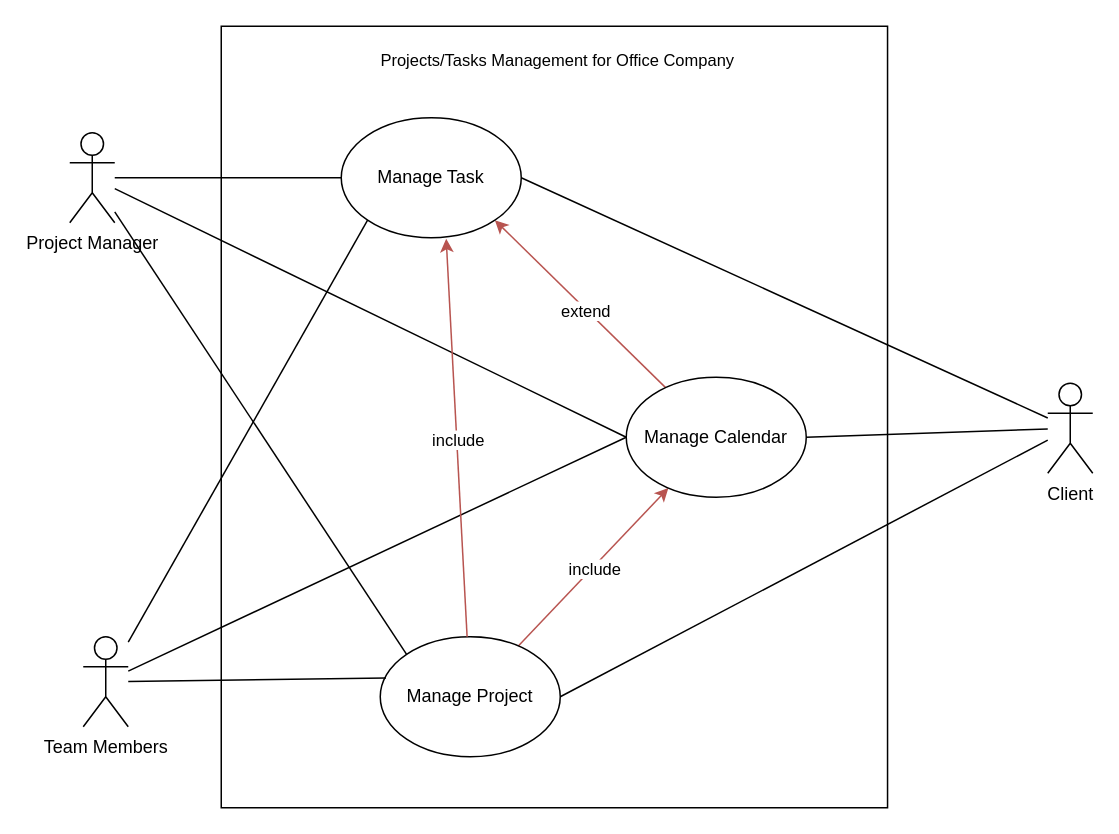
This is page "UseCase" (3 of 3) of .docs/modules/tasks/Project.drawio from AzazelXXI/unitydesk, a draw.io file, before an edit. Source tidied: cells renumbered, new cells numbered last; positions are measured from the earlier drawing's top-left corner, leaving out a move shared by most shapes. Both pictures are drawn from the tidied source at 150%, with x=0, y=0 at pixel (69, 26).
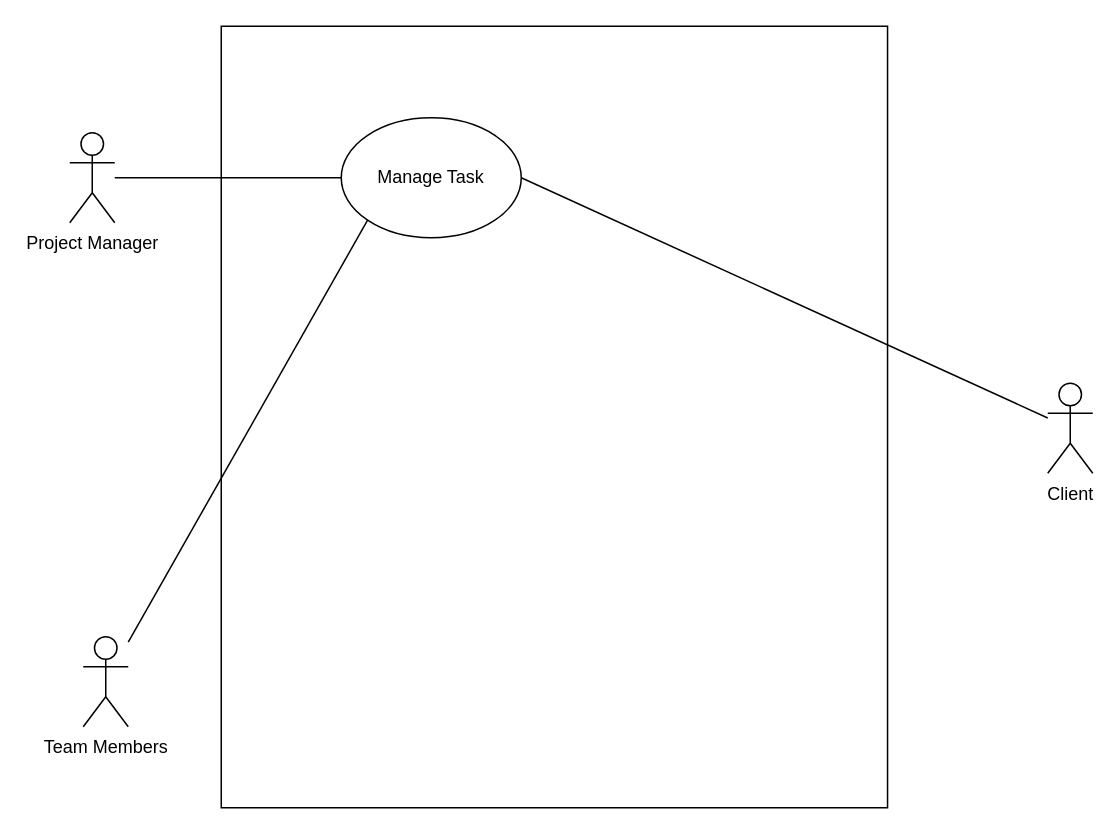
Above is the later version.

The change refers to these unchanged cells:
```xml
<mxCell id="5" value="Manage Task" style="ellipse;whiteSpace=wrap;html=1;" parent="1" vertex="1">
  <mxGeometry x="181" y="61" width="120" height="80" as="geometry" />
</mxCell>
<mxCell id="9" value="Project Manager" style="shape=umlActor;verticalLabelPosition=bottom;verticalAlign=top;html=1;" parent="1" vertex="1">
  <mxGeometry y="71" width="30" height="60" as="geometry" />
</mxCell>
<mxCell id="12" value="Team Members" style="shape=umlActor;verticalLabelPosition=bottom;verticalAlign=top;html=1;" parent="1" vertex="1">
  <mxGeometry x="9" y="407" width="30" height="60" as="geometry" />
</mxCell>
<mxCell id="16" value="Client" style="shape=umlActor;verticalLabelPosition=bottom;verticalAlign=top;html=1;" parent="1" vertex="1">
  <mxGeometry x="652" y="238" width="30" height="60" as="geometry" />
</mxCell>
```

The edit, as a diff of the source:
```diff
@@
-    <mxCell id="3" style="edgeStyle=none;shape=connector;rounded=0;jettySize=auto;html=1;exitX=1;exitY=1;exitDx=0;exitDy=0;strokeColor=#b85450;align=center;verticalAlign=middle;fontFamily=Helvetica;fontSize=11;fontColor=default;labelBackgroundColor=default;startFill=1;endArrow=none;endFill=1;startArrow=classic;fillColor=#f8cecc;" parent="1" edge="1" source="5" target="19">
+    <mxCell id="3" style="edgeStyle=none;shape=connector;rounded=0;jettySize=auto;html=1;exitX=1;exitY=1;exitDx=0;exitDy=0;strokeColor=#b85450;align=center;verticalAlign=middle;fontFamily=Helvetica;fontSize=11;fontColor=default;labelBackgroundColor=default;startFill=1;endArrow=none;endFill=1;startArrow=classic;fillColor=#f8cecc;" parent="1" edge="1" source="5">
       <mxGeometry relative="1" as="geometry" />
     </mxCell>
@@
-    <mxCell id="6" style="rounded=0;jettySize=auto;html=1;entryX=0;entryY=0;entryDx=0;entryDy=0;endArrow=none;startFill=0;" parent="1" edge="1" source="9" target="20">
+    <mxCell id="6" style="rounded=0;jettySize=auto;html=1;entryX=0;entryY=0;entryDx=0;entryDy=0;endArrow=none;startFill=0;" parent="1" edge="1" source="9">
       <mxGeometry relative="1" as="geometry" />
     </mxCell>
@@
-    <mxCell id="8" style="edgeStyle=none;shape=connector;rounded=0;jettySize=auto;html=1;entryX=0;entryY=0.5;entryDx=0;entryDy=0;strokeColor=default;align=center;verticalAlign=middle;fontFamily=Helvetica;fontSize=11;fontColor=default;labelBackgroundColor=default;endArrow=none;startFill=0;" parent="1" edge="1" source="9" target="19">
+    <mxCell id="8" style="edgeStyle=none;shape=connector;rounded=0;jettySize=auto;html=1;entryX=0;entryY=0.5;entryDx=0;entryDy=0;strokeColor=default;align=center;verticalAlign=middle;fontFamily=Helvetica;fontSize=11;fontColor=default;labelBackgroundColor=default;endArrow=none;startFill=0;" parent="1" edge="1" source="9">
       <mxGeometry relative="1" as="geometry" />
     </mxCell>
@@
-    <mxCell id="11" style="edgeStyle=none;shape=connector;rounded=0;jettySize=auto;html=1;entryX=0;entryY=0.5;entryDx=0;entryDy=0;strokeColor=default;align=center;verticalAlign=middle;fontFamily=Helvetica;fontSize=11;fontColor=default;labelBackgroundColor=default;startFill=0;endArrow=none;" parent="1" edge="1" source="12" target="19">
+    <mxCell id="11" style="edgeStyle=none;shape=connector;rounded=0;jettySize=auto;html=1;entryX=0;entryY=0.5;entryDx=0;entryDy=0;strokeColor=default;align=center;verticalAlign=middle;fontFamily=Helvetica;fontSize=11;fontColor=default;labelBackgroundColor=default;startFill=0;endArrow=none;" parent="1" edge="1" source="12">
       <mxGeometry relative="1" as="geometry" />
     </mxCell>
@@
-    <mxCell id="14" style="edgeStyle=none;shape=connector;rounded=0;jettySize=auto;html=1;entryX=1;entryY=0.5;entryDx=0;entryDy=0;strokeColor=default;align=center;verticalAlign=middle;fontFamily=Helvetica;fontSize=11;fontColor=default;labelBackgroundColor=default;startFill=0;endArrow=none;" parent="1" edge="1" source="16" target="20">
+    <mxCell id="14" style="edgeStyle=none;shape=connector;rounded=0;jettySize=auto;html=1;entryX=1;entryY=0.5;entryDx=0;entryDy=0;strokeColor=default;align=center;verticalAlign=middle;fontFamily=Helvetica;fontSize=11;fontColor=default;labelBackgroundColor=default;startFill=0;endArrow=none;" parent="1" edge="1" source="16">
       <mxGeometry relative="1" as="geometry" />
     </mxCell>
-    <mxCell id="15" style="edgeStyle=none;shape=connector;rounded=0;jettySize=auto;html=1;entryX=1;entryY=0.5;entryDx=0;entryDy=0;strokeColor=default;align=center;verticalAlign=middle;fontFamily=Helvetica;fontSize=11;fontColor=default;labelBackgroundColor=default;startFill=0;endArrow=none;" parent="1" edge="1" source="16" target="19">
+    <mxCell id="15" style="edgeStyle=none;shape=connector;rounded=0;jettySize=auto;html=1;entryX=1;entryY=0.5;entryDx=0;entryDy=0;strokeColor=default;align=center;verticalAlign=middle;fontFamily=Helvetica;fontSize=11;fontColor=default;labelBackgroundColor=default;startFill=0;endArrow=none;" parent="1" edge="1" source="16">
       <mxGeometry relative="1" as="geometry" />
     </mxCell>
@@
-    <mxCell id="17" style="edgeStyle=none;shape=connector;rounded=0;jettySize=auto;html=1;strokeColor=#b85450;align=center;verticalAlign=middle;fontFamily=Helvetica;fontSize=11;fontColor=default;labelBackgroundColor=default;startFill=1;endArrow=none;endFill=1;fillColor=#f8cecc;startArrow=classic;" parent="1" edge="1" source="19" target="20">
+    <mxCell id="17" style="edgeStyle=none;shape=connector;rounded=0;orthogonalLoop=1;jettySize=auto;html=1;strokeColor=#b85450;align=center;verticalAlign=middle;fontFamily=Helvetica;fontSize=11;fontColor=default;labelBackgroundColor=default;startFill=1;endArrow=none;endFill=1;fillColor=#f8cecc;startArrow=classic;" parent="1" edge="1">
       <mxGeometry relative="1" as="geometry" />
     </mxCell>
     <mxCell id="18" value="include" style="edgeLabel;html=1;align=center;verticalAlign=middle;fontFamily=Helvetica;fontSize=11;fontColor=default;labelBackgroundColor=default;" parent="17" vertex="1">
-      <mxGeometry y="1" relative="1" as="geometry" />
+      <mxGeometry x="-0.01" y="1" relative="1" as="geometry" />
     </mxCell>
-    <mxCell id="19" value="Manage Calendar" style="ellipse;whiteSpace=wrap;html=1;" parent="1" vertex="1">
-      <mxGeometry x="371" y="234" width="120" height="80" as="geometry" />
-    </mxCell>
-    <mxCell id="20" value="Manage Project" style="ellipse;whiteSpace=wrap;html=1;" parent="1" vertex="1">
-      <mxGeometry x="207" y="407" width="120" height="80" as="geometry" />
-    </mxCell>
-    <mxCell id="21" value="Projects/Tasks Management for Office Company" style="text;html=1;align=center;verticalAlign=middle;whiteSpace=wrap;rounded=0;fontFamily=Helvetica;fontSize=11;fontColor=default;labelBackgroundColor=default;" parent="1" vertex="1">
-      <mxGeometry x="153" y="4" width="344.5" height="38" as="geometry" />
-    </mxCell>
-    <mxCell id="22" style="edgeStyle=none;shape=connector;rounded=0;jettySize=auto;html=1;entryX=0.032;entryY=0.344;entryDx=0;entryDy=0;entryPerimeter=0;strokeColor=default;align=center;verticalAlign=middle;fontFamily=Helvetica;fontSize=11;fontColor=default;labelBackgroundColor=default;startFill=0;endArrow=none;" parent="1" edge="1" source="12" target="20">
-      <mxGeometry relative="1" as="geometry" />
-    </mxCell>
-    <mxCell id="23" style="edgeStyle=none;shape=connector;rounded=0;jettySize=auto;html=1;entryX=0.583;entryY=1.008;entryDx=0;entryDy=0;entryPerimeter=0;strokeColor=#b85450;align=center;verticalAlign=middle;fontFamily=Helvetica;fontSize=11;fontColor=default;labelBackgroundColor=default;startFill=0;endArrow=classic;fillColor=#f8cecc;endFill=1;" parent="1" edge="1" source="20" target="5">
-      <mxGeometry relative="1" as="geometry" />
-    </mxCell>
-    <mxCell id="24" value="include" style="edgeLabel;html=1;align=center;verticalAlign=middle;fontFamily=Helvetica;fontSize=11;fontColor=default;labelBackgroundColor=default;" parent="23" vertex="1">
-      <mxGeometry x="-0.01" y="-1" relative="1" as="geometry" />
-    </mxCell>
```
